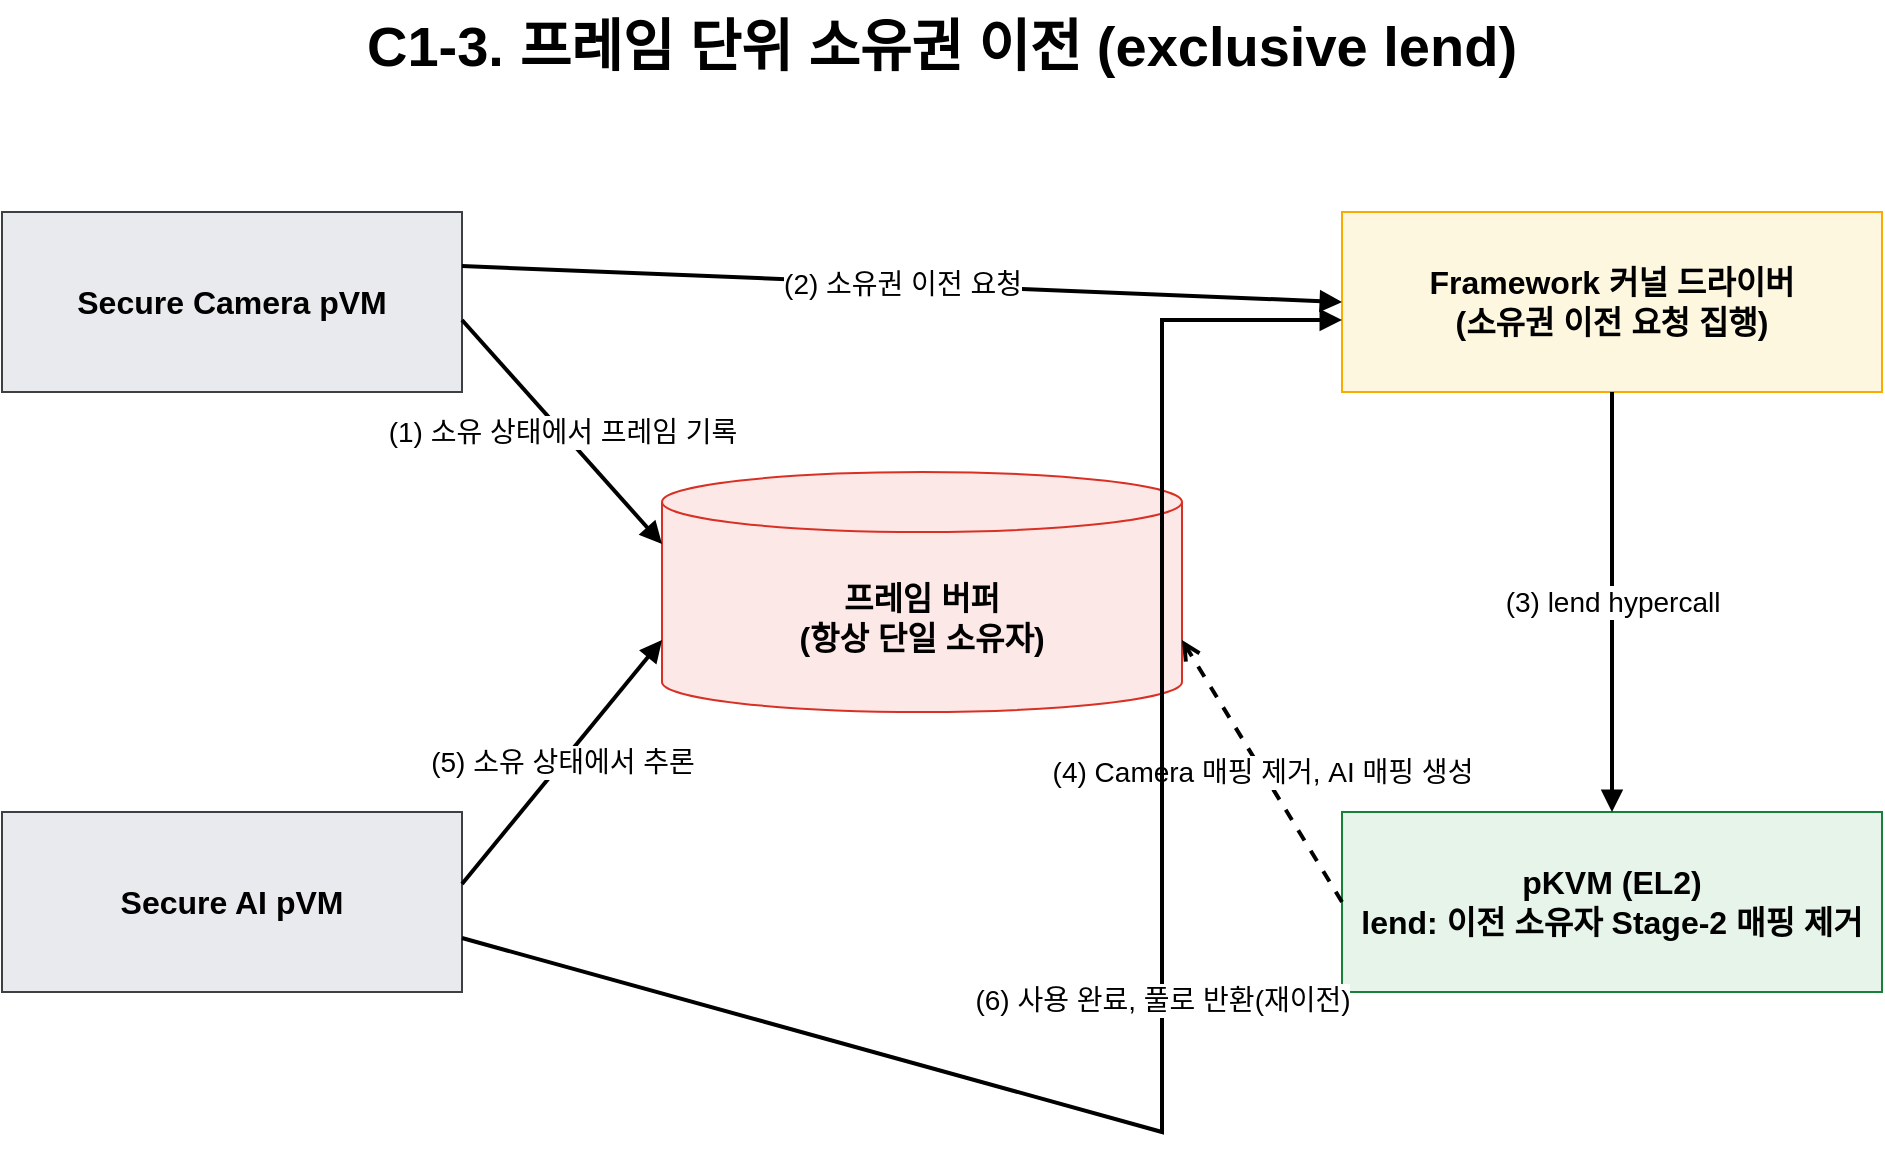
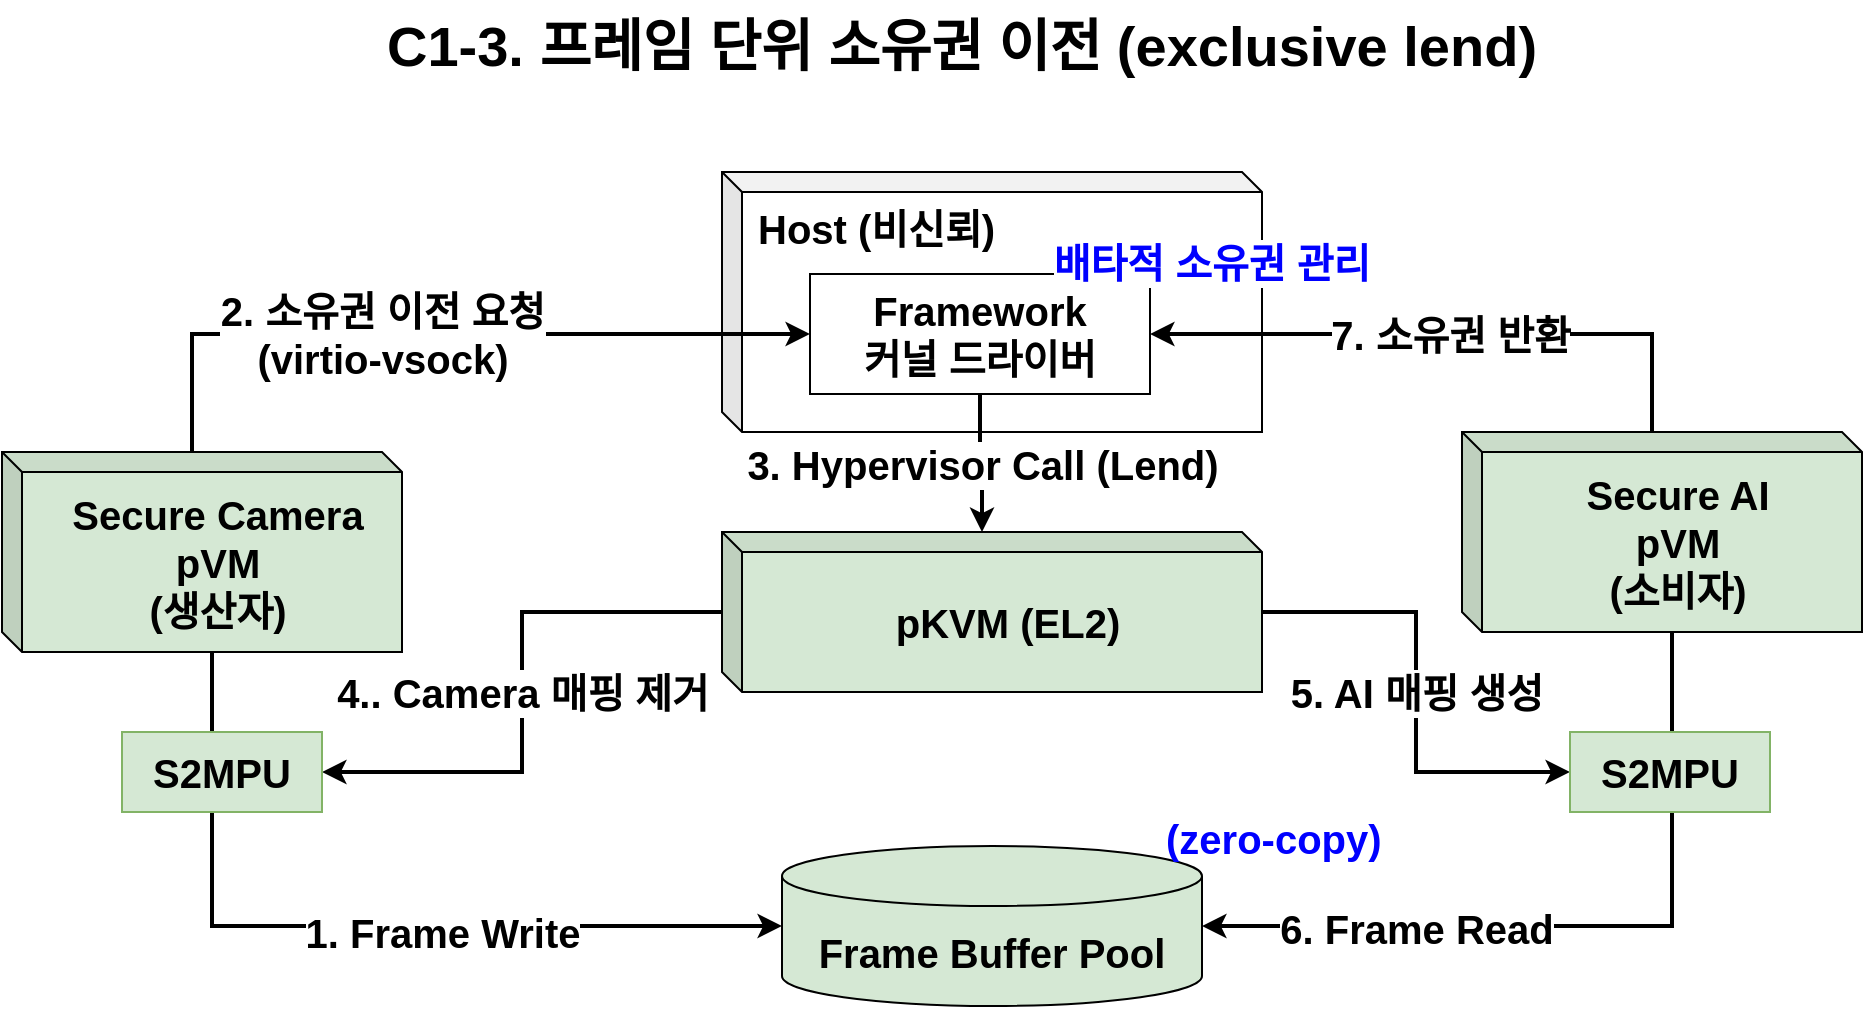
- <mxfile host="app.diagrams.net" modified="2026-07-09T00:00:00.000Z" agent="Claude" version="24.7.17" type="device">
+ <mxfile host="Electron" agent="Claude">
  <diagram id="c1-3-ownership-lend" name="C1-3">
-     <mxGraphModel dx="1280" dy="720" grid="1" gridSize="10" guides="1" tooltips="1" connect="1" arrows="1" fold="1" page="1" pageScale="1" pageWidth="1080" pageHeight="620" math="0" shadow="0">
+     <mxGraphModel dx="1147" dy="626" grid="1" gridSize="10" guides="1" tooltips="1" connect="1" arrows="1" fold="1" page="1" pageScale="1" pageWidth="1080" pageHeight="620" math="0" shadow="0">
      <root>
-         <mxCell id="0"/>
-         <mxCell id="1" parent="0"/>
-         <mxCell id="title" value="C1-3. 프레임 단위 소유권 이전 (exclusive lend)" style="text;html=1;strokeColor=none;fillColor=none;align=center;verticalAlign=middle;whiteSpace=wrap;rounded=0;fontSize=28;fontStyle=1" vertex="1" parent="1">
-           <mxGeometry x="200" y="34" width="680" height="46" as="geometry"/>
+         <mxCell id="0" />
+         <mxCell id="1" parent="0" />
+         <mxCell id="title" parent="1" style="text;html=1;strokeColor=none;fillColor=none;align=center;verticalAlign=middle;whiteSpace=wrap;rounded=0;fontSize=28;fontStyle=1" value="C1-3. 프레임 단위 소유권 이전 (exclusive lend)" vertex="1">
+           <mxGeometry height="46" width="680" x="200" y="34" as="geometry" />
        </mxCell>
-         <mxCell id="cam" value="Secure Camera pVM" style="rounded=0;whiteSpace=wrap;html=1;fillColor=#e8eaed;strokeColor=#3c4043;fontSize=16;fontStyle=1" vertex="1" parent="1">
-           <mxGeometry x="70" y="140" width="230" height="90" as="geometry"/>
+         <mxCell id="NJJ2ShqAng124HVMs3Ah-1" parent="1" style="shape=cube;whiteSpace=wrap;html=1;boundedLbl=1;backgroundOutline=1;darkOpacity=0.05;darkOpacity2=0.1;fontSize=20;fontStyle=1;verticalAlign=top;align=left;spacingLeft=6;size=10;" value="Host (비신뢰)" vertex="1">
+           <mxGeometry height="130" width="270" x="420" y="120" as="geometry" />
        </mxCell>
-         <mxCell id="ai" value="Secure AI pVM" style="rounded=0;whiteSpace=wrap;html=1;fillColor=#e8eaed;strokeColor=#3c4043;fontSize=16;fontStyle=1" vertex="1" parent="1">
-           <mxGeometry x="70" y="440" width="230" height="90" as="geometry"/>
+         <mxCell id="NJJ2ShqAng124HVMs3Ah-25" edge="1" parent="1" source="NJJ2ShqAng124HVMs3Ah-3" style="edgeStyle=orthogonalEdgeStyle;rounded=0;orthogonalLoop=1;jettySize=auto;html=1;entryX=0;entryY=0.5;entryDx=0;entryDy=0;strokeWidth=2;fontSize=20;fontStyle=1;exitX=0;exitY=0;exitDx=95;exitDy=0;exitPerimeter=0;" target="NJJ2ShqAng124HVMs3Ah-23" value="2. 소유권 이전&amp;nbsp;&lt;span style=&quot;background-color: light-dark(#ffffff, var(--ge-dark-color, #121212)); color: light-dark(rgb(0, 0, 0), rgb(255, 255, 255));&quot;&gt;요청&lt;/span&gt;&lt;div&gt;&lt;span style=&quot;background-color: light-dark(#ffffff, var(--ge-dark-color, #121212)); color: light-dark(rgb(0, 0, 0), rgb(255, 255, 255));&quot;&gt;(virtio-vsock)&lt;/span&gt;&lt;/div&gt;">
+           <mxGeometry relative="1" x="-0.163" as="geometry">
+             <mxPoint as="offset" />
+           </mxGeometry>
        </mxCell>
-         <mxCell id="buf" value="프레임 버퍼&lt;br&gt;(항상 단일 소유자)" style="shape=cylinder3;whiteSpace=wrap;html=1;boundedLbl=1;backgroundOutline=1;size=15;fillColor=#fce8e6;strokeColor=#d93025;fontSize=16;fontStyle=1" vertex="1" parent="1">
-           <mxGeometry x="400" y="270" width="260" height="120" as="geometry"/>
+         <mxCell id="NJJ2ShqAng124HVMs3Ah-3" parent="1" style="shape=cube;whiteSpace=wrap;html=1;boundedLbl=1;backgroundOutline=1;darkOpacity=0.05;darkOpacity2=0.1;fontSize=20;fontStyle=1;verticalAlign=middle;align=center;spacingLeft=6;size=10;fillColor=#d5e8d4;strokeColor=#000000;" value="Secure Camera&lt;div&gt;pVM&lt;/div&gt;&lt;div&gt;(생산자)&lt;/div&gt;" vertex="1">
+           <mxGeometry height="100" width="200" x="60" y="260" as="geometry" />
        </mxCell>
-         <mxCell id="drv" value="Framework 커널 드라이버&lt;br&gt;(소유권 이전 요청 집행)" style="rounded=0;whiteSpace=wrap;html=1;fillColor=#fef7e0;strokeColor=#f9ab00;fontSize=16;fontStyle=1" vertex="1" parent="1">
-           <mxGeometry x="740" y="140" width="270" height="90" as="geometry"/>
+         <mxCell id="NJJ2ShqAng124HVMs3Ah-30" edge="1" parent="1" source="NJJ2ShqAng124HVMs3Ah-5" style="edgeStyle=orthogonalEdgeStyle;shape=connector;rounded=0;orthogonalLoop=1;jettySize=auto;html=1;entryX=1;entryY=0.5;entryDx=0;entryDy=0;strokeColor=default;strokeWidth=2;align=center;verticalAlign=middle;fontFamily=Helvetica;fontSize=20;fontColor=default;fontStyle=1;labelBackgroundColor=default;endArrow=classic;exitX=0;exitY=0;exitDx=95;exitDy=0;exitPerimeter=0;" target="NJJ2ShqAng124HVMs3Ah-23" value="7. 소유권 반환">
+           <mxGeometry relative="1" as="geometry">
+             <mxPoint as="offset" />
+           </mxGeometry>
        </mxCell>
-         <mxCell id="hv" value="pKVM (EL2)&lt;br&gt;lend: 이전 소유자 Stage-2 매핑 제거" style="rounded=0;whiteSpace=wrap;html=1;fillColor=#e6f4ea;strokeColor=#188038;fontSize=16;fontStyle=1" vertex="1" parent="1">
-           <mxGeometry x="740" y="440" width="270" height="90" as="geometry"/>
+         <mxCell id="NJJ2ShqAng124HVMs3Ah-5" parent="1" style="shape=cube;whiteSpace=wrap;html=1;boundedLbl=1;backgroundOutline=1;darkOpacity=0.05;darkOpacity2=0.1;fontSize=20;fontStyle=1;verticalAlign=middle;align=center;spacingLeft=6;size=10;fillColor=#d5e8d4;strokeColor=#000000;" value="Secure AI&lt;div&gt;pVM&lt;/div&gt;&lt;div&gt;(소비자)&lt;/div&gt;" vertex="1">
+           <mxGeometry height="100" width="200" x="790" y="250" as="geometry" />
        </mxCell>
-         <mxCell id="e1" value="(1) 소유 상태에서 프레임 기록" style="endArrow=block;html=1;rounded=0;strokeWidth=2;exitX=1;exitY=0.6;exitDx=0;exitDy=0;entryX=0;entryY=0.3;entryDx=0;entryDy=0;fontSize=14" edge="1" parent="1" source="cam" target="buf">
-           <mxGeometry relative="1" as="geometry"/>
+         <mxCell id="NJJ2ShqAng124HVMs3Ah-36" edge="1" parent="1" source="NJJ2ShqAng124HVMs3Ah-6" style="edgeStyle=orthogonalEdgeStyle;shape=connector;rounded=0;orthogonalLoop=1;jettySize=auto;html=1;entryX=0;entryY=0.5;entryDx=0;entryDy=0;strokeColor=default;strokeWidth=2;align=center;verticalAlign=middle;fontFamily=Helvetica;fontSize=20;fontColor=default;fontStyle=1;labelBackgroundColor=default;endArrow=classic;" target="NJJ2ShqAng124HVMs3Ah-35" value="5. AI 매핑 생성">
+           <mxGeometry relative="1" as="geometry" />
        </mxCell>
-         <mxCell id="e2" value="(2) 소유권 이전 요청" style="endArrow=block;html=1;rounded=0;strokeWidth=2;exitX=1;exitY=0.3;exitDx=0;exitDy=0;entryX=0;entryY=0.5;entryDx=0;entryDy=0;fontSize=14" edge="1" parent="1" source="cam" target="drv">
-           <mxGeometry relative="1" as="geometry"/>
+         <mxCell id="NJJ2ShqAng124HVMs3Ah-6" parent="1" style="shape=cube;whiteSpace=wrap;html=1;boundedLbl=1;backgroundOutline=1;darkOpacity=0.05;darkOpacity2=0.1;fontSize=20;fontStyle=1;verticalAlign=middle;align=center;spacingLeft=6;size=10;fillColor=#d5e8d4;strokeColor=#000000;" value="pKVM (EL2)" vertex="1">
+           <mxGeometry height="80" width="270" x="420" y="300" as="geometry" />
        </mxCell>
-         <mxCell id="e3" value="(3) lend hypercall" style="endArrow=block;html=1;rounded=0;strokeWidth=2;exitX=0.5;exitY=1;exitDx=0;exitDy=0;entryX=0.5;entryY=0;entryDx=0;entryDy=0;fontSize=14" edge="1" parent="1" source="drv" target="hv">
-           <mxGeometry relative="1" as="geometry"/>
+         <mxCell id="NJJ2ShqAng124HVMs3Ah-7" parent="1" style="shape=cylinder3;whiteSpace=wrap;html=1;boundedLbl=1;backgroundOutline=1;size=15;fillColor=#d5e8d4;strokeColor=#000000;fontStyle=1;fontSize=20;" value="Frame Buffer Pool" vertex="1">
+           <mxGeometry height="80" width="210" x="450" y="457" as="geometry" />
        </mxCell>
-         <mxCell id="e4" value="(4) Camera 매핑 제거, AI 매핑 생성" style="endArrow=open;html=1;rounded=0;dashed=1;strokeWidth=2;exitX=0;exitY=0.5;exitDx=0;exitDy=0;entryX=1;entryY=0.7;entryDx=0;entryDy=0;fontSize=14" edge="1" parent="1" source="hv" target="buf">
-           <mxGeometry relative="1" as="geometry"/>
+         <mxCell id="NJJ2ShqAng124HVMs3Ah-23" parent="1" style="rounded=0;whiteSpace=wrap;html=1;fontSize=20;fontStyle=1" value="Framework&lt;div&gt;커널 드라이버&lt;/div&gt;" vertex="1">
+           <mxGeometry height="60" width="170" x="464" y="171" as="geometry" />
        </mxCell>
-         <mxCell id="e5" value="(5) 소유 상태에서 추론" style="endArrow=block;html=1;rounded=0;strokeWidth=2;exitX=1;exitY=0.4;exitDx=0;exitDy=0;entryX=0;entryY=0.7;entryDx=0;entryDy=0;fontSize=14" edge="1" parent="1" source="ai" target="buf">
-           <mxGeometry relative="1" as="geometry"/>
+         <mxCell id="NJJ2ShqAng124HVMs3Ah-26" edge="1" parent="1" source="NJJ2ShqAng124HVMs3Ah-3" style="edgeStyle=orthogonalEdgeStyle;shape=connector;rounded=0;orthogonalLoop=1;jettySize=auto;html=1;entryX=0;entryY=0.5;entryDx=0;entryDy=0;entryPerimeter=0;strokeColor=default;strokeWidth=2;align=center;verticalAlign=middle;fontFamily=Helvetica;fontSize=20;fontColor=default;fontStyle=1;labelBackgroundColor=default;endArrow=classic;exitX=0;exitY=0;exitDx=105;exitDy=100;exitPerimeter=0;" target="NJJ2ShqAng124HVMs3Ah-7" value="1. Frame Write">
+           <mxGeometry relative="1" x="0.1943" y="-3" as="geometry">
+             <mxPoint as="offset" />
+           </mxGeometry>
        </mxCell>
-         <mxCell id="e6" value="(6) 사용 완료, 풀로 반환(재이전)" style="endArrow=block;html=1;rounded=0;strokeWidth=2;exitX=1;exitY=0.7;exitDx=0;exitDy=0;entryX=0;entryY=0.6;entryDx=0;entryDy=0;fontSize=14" edge="1" parent="1" source="ai" target="drv">
-           <mxGeometry relative="1" as="geometry">
-             <Array as="points">
-               <mxPoint x="650" y="600"/>
-               <mxPoint x="650" y="194"/>
-             </Array>
+         <mxCell id="NJJ2ShqAng124HVMs3Ah-27" edge="1" parent="1" source="NJJ2ShqAng124HVMs3Ah-23" style="edgeStyle=orthogonalEdgeStyle;shape=connector;rounded=0;orthogonalLoop=1;jettySize=auto;html=1;entryX=0;entryY=0;entryDx=130;entryDy=0;entryPerimeter=0;strokeColor=default;strokeWidth=2;align=center;verticalAlign=middle;fontFamily=Helvetica;fontSize=20;fontColor=default;fontStyle=1;labelBackgroundColor=default;endArrow=classic;" target="NJJ2ShqAng124HVMs3Ah-6" value="3. Hypervisor Call (Lend)">
+           <mxGeometry relative="1" as="geometry" />
+         </mxCell>
+         <mxCell id="NJJ2ShqAng124HVMs3Ah-28" edge="1" parent="1" source="NJJ2ShqAng124HVMs3Ah-6" style="edgeStyle=orthogonalEdgeStyle;shape=connector;rounded=0;orthogonalLoop=1;jettySize=auto;html=1;entryX=1;entryY=0.5;entryDx=0;entryDy=0;strokeColor=default;strokeWidth=2;align=center;verticalAlign=middle;fontFamily=Helvetica;fontSize=20;fontColor=default;fontStyle=1;labelBackgroundColor=default;endArrow=classic;" target="NJJ2ShqAng124HVMs3Ah-33" value="4.. Camera 매핑 제거">
+           <mxGeometry relative="1" as="geometry" />
+         </mxCell>
+         <mxCell id="NJJ2ShqAng124HVMs3Ah-29" edge="1" parent="1" source="NJJ2ShqAng124HVMs3Ah-5" style="edgeStyle=orthogonalEdgeStyle;shape=connector;rounded=0;orthogonalLoop=1;jettySize=auto;html=1;entryX=1;entryY=0.5;entryDx=0;entryDy=0;entryPerimeter=0;strokeColor=default;strokeWidth=2;align=center;verticalAlign=middle;fontFamily=Helvetica;fontSize=20;fontColor=default;fontStyle=1;labelBackgroundColor=default;endArrow=classic;exitX=0;exitY=0;exitDx=105;exitDy=100;exitPerimeter=0;" target="NJJ2ShqAng124HVMs3Ah-7" value="6. Frame Read">
+           <mxGeometry relative="1" x="0.4423" y="1" as="geometry">
+             <mxPoint as="offset" />
          </mxGeometry>
+         </mxCell>
+         <mxCell id="NJJ2ShqAng124HVMs3Ah-31" parent="1" style="text;html=1;whiteSpace=wrap;strokeColor=none;fillColor=none;align=left;verticalAlign=middle;rounded=0;fontColor=#0000FF;fontSize=20;fontStyle=1" value="&lt;div style=&quot;text-align: center;&quot;&gt;&lt;span style=&quot;background-color: transparent; color: light-dark(rgb(0, 0, 255), rgb(205, 205, 255));&quot;&gt;(zero-copy)&lt;/span&gt;&lt;/div&gt;" vertex="1">
+           <mxGeometry height="45" width="178" x="640" y="430" as="geometry" />
+         </mxCell>
+         <mxCell id="NJJ2ShqAng124HVMs3Ah-33" parent="1" style="rounded=0;whiteSpace=wrap;html=1;fontFamily=Helvetica;fontSize=20;fontStyle=1;labelBackgroundColor=none;fillColor=#d5e8d4;strokeColor=#82b366;" value="S2MPU" vertex="1">
+           <mxGeometry height="40" width="100" x="120" y="400" as="geometry" />
+         </mxCell>
+         <mxCell id="NJJ2ShqAng124HVMs3Ah-35" parent="1" style="rounded=0;whiteSpace=wrap;html=1;fontFamily=Helvetica;fontSize=20;fontStyle=1;labelBackgroundColor=none;fillColor=#d5e8d4;strokeColor=#82b366;" value="S2MPU" vertex="1">
+           <mxGeometry height="40" width="100" x="844" y="400" as="geometry" />
+         </mxCell>
+         <mxCell id="brk0FnvkrcjqO7beJ9b4-1" parent="1" style="text;html=1;whiteSpace=wrap;strokeColor=none;fillColor=none;align=center;verticalAlign=middle;rounded=0;fontFamily=Helvetica;fontSize=20;fontColor=#0000FF;fontStyle=1;labelBackgroundColor=default;" value="배타적 소유권 관리" vertex="1">
+           <mxGeometry height="30" width="190" x="570" y="150" as="geometry" />
        </mxCell>
      </root>
    </mxGraphModel>
  </diagram>
</mxfile>
